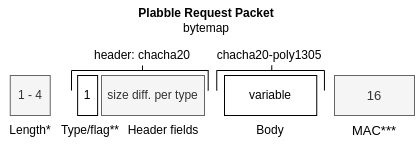
This is img/transport-request-bytemap.drawio.png from plabble/plabble.github.io, a draw.io export, as it was before one commit. Source tidied: cells renumbered, new cells last; positions are measured from the earlier drawing's top-left corner, leaving out a move shared by most shapes.
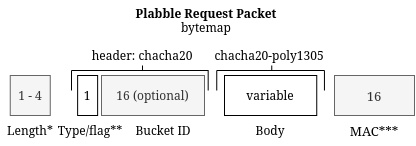
Above is the later version.

Diff of the diagram source:
```diff
@@ -29,10 +29,10 @@
     <mxCell id="10" value="MAC***" style="text;html=1;align=center;verticalAlign=middle;whiteSpace=wrap;rounded=0;fontSize=13;" parent="1" vertex="1">
       <mxGeometry x="344" y="115" width="60" height="30" as="geometry" />
     </mxCell>
-    <mxCell id="11" value="size diff. per type" style="rounded=0;whiteSpace=wrap;html=1;fillColor=#f5f5f5;fontColor=#333333;strokeColor=#666666;" parent="1" vertex="1">
+    <mxCell id="11" value="16 (optional)" style="rounded=0;whiteSpace=wrap;html=1;fillColor=#f5f5f5;fontColor=#333333;strokeColor=#666666;" parent="1" vertex="1">
       <mxGeometry x="101" y="75" width="103" height="40" as="geometry" />
     </mxCell>
-    <mxCell id="12" value="Header fields" style="text;html=1;strokeColor=none;fillColor=none;align=center;verticalAlign=middle;whiteSpace=wrap;rounded=0;" parent="1" vertex="1">
+    <mxCell id="12" value="Bucket ID" style="text;html=1;strokeColor=none;fillColor=none;align=center;verticalAlign=middle;whiteSpace=wrap;rounded=0;" parent="1" vertex="1">
       <mxGeometry x="124.1" y="115" width="77.9" height="30" as="geometry" />
     </mxCell>
     <mxCell id="13" style="endArrow=none;html=1;rounded=0;" parent="1" edge="1">
```
